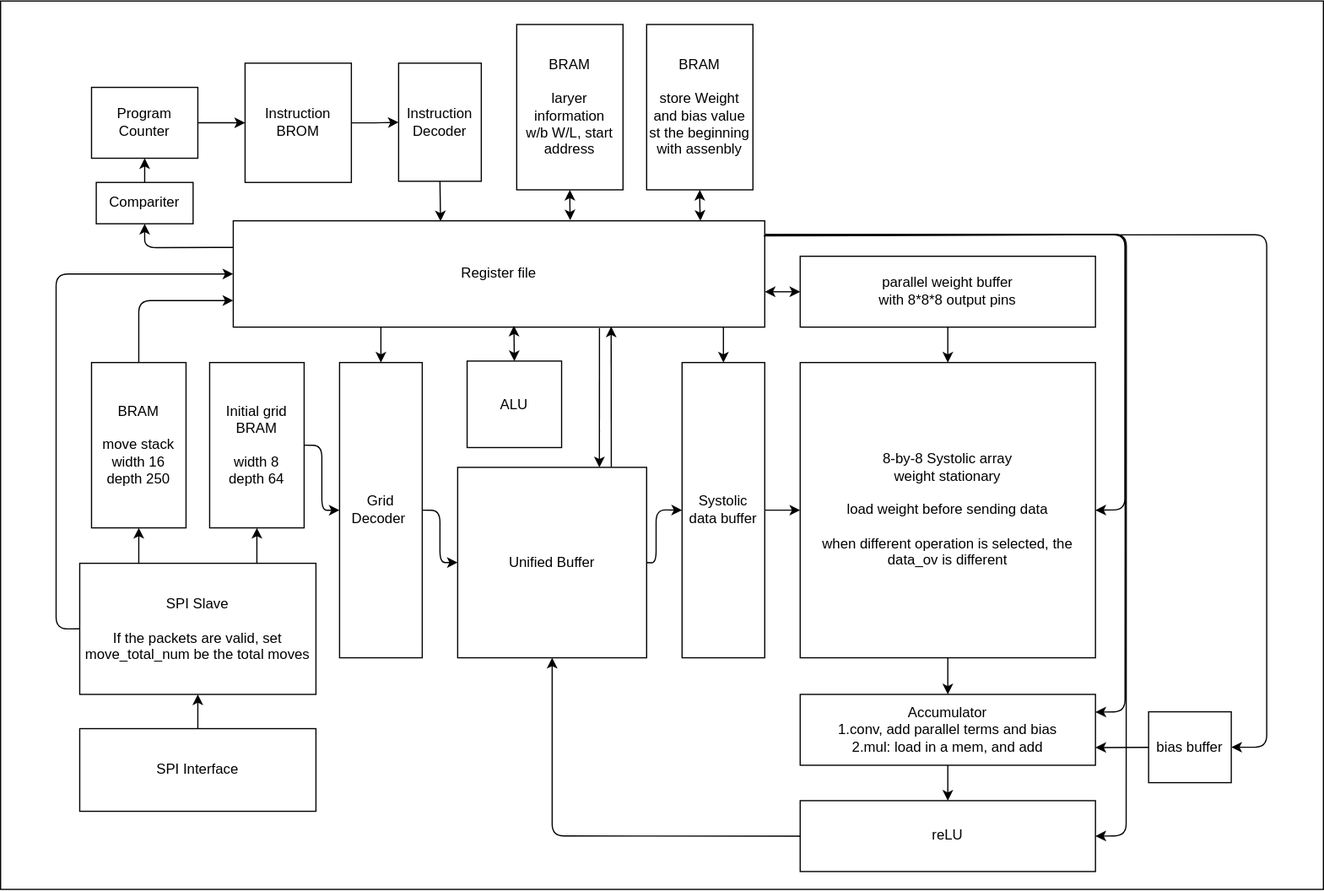
This is whh_tpu_v1/diagram/TPU_v1.drawio.svg from abdullah8a0/one-chan, a draw.io export, as it was before one commit. Source tidied: cells renumbered, new cells last; positions are measured from the earlier drawing's top-left corner, leaving out a move shared by most shapes.
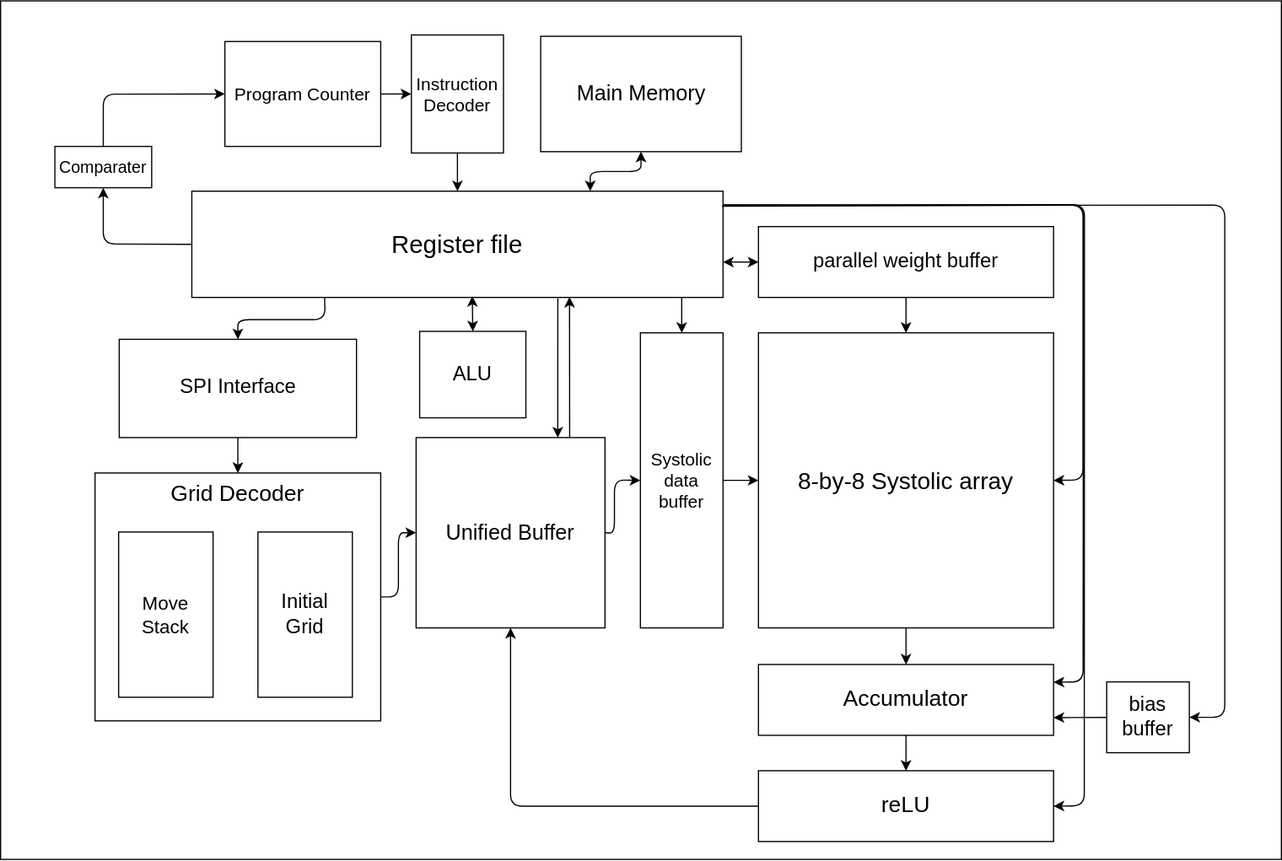
Above is the later version.

What changed in the source:
```diff
@@ -3,12 +3,15 @@
     <mxCell id="0" />
     <mxCell id="1" parent="0" />
     <mxCell id="2" style="rounded=0;whiteSpace=wrap;html=1;" parent="1" vertex="1">
-      <mxGeometry y="0.1" width="1120" height="752.2" as="geometry" />
+      <mxGeometry x="35" y="25" width="1085" height="727.4" as="geometry" />
     </mxCell>
+    <mxCell id="35" value="Grid Decoder" style="rounded=0;whiteSpace=wrap;html=1;fontSize=19;horizontal=1;labelPosition=center;verticalLabelPosition=middle;align=center;verticalAlign=top;" parent="1" vertex="1">
+      <mxGeometry x="115" y="425" width="242" height="210" as="geometry" />
+    </mxCell>
     <mxCell id="3" style="edgeStyle=none;html=1;" parent="1" edge="1" source="4" target="16">
       <mxGeometry relative="1" as="geometry" />
     </mxCell>
-    <mxCell id="4" value="8-by-8 Systolic array&lt;br&gt;weight stationary&lt;br&gt;&lt;br&gt;load weight before sending data&lt;br&gt;&lt;br&gt;when different operation is selected, the data_ov is different" style="rounded=0;whiteSpace=wrap;html=1;" parent="1" vertex="1">
+    <mxCell id="4" value="&lt;font style=&quot;font-size: 20px&quot;&gt;8-by-8 Systolic array&lt;/font&gt;" style="rounded=0;whiteSpace=wrap;html=1;" parent="1" vertex="1">
       <mxGeometry x="677" y="306.2" width="250" height="250" as="geometry" />
     </mxCell>
     <mxCell id="5" style="edgeStyle=none;html=1;" parent="1" edge="1" source="7" target="4">
@@ -22,7 +25,7 @@
         </Array>
       </mxGeometry>
     </mxCell>
-    <mxCell id="7" value="parallel weight buffer&lt;br&gt;with 8*8*8 output pins" style="rounded=0;whiteSpace=wrap;html=1;" parent="1" vertex="1">
+    <mxCell id="7" value="&lt;font style=&quot;font-size: 17px&quot;&gt;parallel weight buffer&lt;/font&gt;" style="rounded=0;whiteSpace=wrap;html=1;" parent="1" vertex="1">
       <mxGeometry x="677" y="216.2" width="250" height="60" as="geometry" />
     </mxCell>
     <mxCell id="8" style="edgeStyle=none;html=1;" parent="1" edge="1" source="10" target="4">
@@ -36,7 +39,7 @@
         </Array>
       </mxGeometry>
     </mxCell>
-    <mxCell id="10" value="Systolic data buffer" style="rounded=0;whiteSpace=wrap;html=1;" parent="1" vertex="1">
+    <mxCell id="10" value="&lt;font style=&quot;font-size: 15px&quot;&gt;Systolic data buffer&lt;/font&gt;" style="rounded=0;whiteSpace=wrap;html=1;" parent="1" vertex="1">
       <mxGeometry x="577" y="306.2" width="70" height="250" as="geometry" />
     </mxCell>
     <mxCell id="11" style="edgeStyle=none;html=1;exitX=1;exitY=0.5;exitDx=0;exitDy=0;entryX=0;entryY=0.5;entryDx=0;entryDy=0;" parent="1" edge="1" source="13" target="10">
@@ -50,49 +53,45 @@
     <mxCell id="12" style="edgeStyle=orthogonalEdgeStyle;html=1;startArrow=classic;startFill=1;endArrow=none;endFill=0;entryX=0.689;entryY=1.008;entryDx=0;entryDy=0;exitX=0.75;exitY=0;exitDx=0;exitDy=0;entryPerimeter=0;" parent="1" edge="1" source="13" target="19">
       <mxGeometry relative="1" as="geometry" />
     </mxCell>
-    <mxCell id="13" value="Unified Buffer" style="rounded=0;whiteSpace=wrap;html=1;" parent="1" vertex="1">
+    <mxCell id="13" value="&lt;font style=&quot;font-size: 18px&quot;&gt;Unified Buffer&lt;/font&gt;" style="rounded=0;whiteSpace=wrap;html=1;" parent="1" vertex="1">
       <mxGeometry x="387" y="395" width="160" height="161.2" as="geometry" />
     </mxCell>
-    <mxCell id="14" value="reLU" style="rounded=0;whiteSpace=wrap;html=1;" parent="1" vertex="1">
+    <mxCell id="14" value="&lt;font style=&quot;font-size: 19px&quot;&gt;reLU&lt;/font&gt;" style="rounded=0;whiteSpace=wrap;html=1;" parent="1" vertex="1">
       <mxGeometry x="677" y="677.2" width="250" height="60" as="geometry" />
     </mxCell>
     <mxCell id="15" style="edgeStyle=none;html=1;" parent="1" edge="1" source="16" target="14">
       <mxGeometry relative="1" as="geometry" />
     </mxCell>
-    <mxCell id="16" value="Accumulator&lt;br&gt;1.conv, add parallel terms and bias&lt;br&gt;2.mul: load in a mem, and add" style="rounded=0;whiteSpace=wrap;html=1;" parent="1" vertex="1">
+    <mxCell id="16" value="&lt;font style=&quot;font-size: 19px&quot;&gt;Accumulator&lt;/font&gt;" style="rounded=0;whiteSpace=wrap;html=1;" parent="1" vertex="1">
       <mxGeometry x="677" y="587.2" width="250" height="60" as="geometry" />
     </mxCell>
     <mxCell id="17" style="endArrow=classic;html=1;exitX=0;exitY=0.5;exitDx=0;exitDy=0;entryX=0.5;entryY=1;entryDx=0;entryDy=0;edgeStyle=orthogonalEdgeStyle;" parent="1" edge="1" source="14" target="13">
       <mxGeometry relative="1" as="geometry" />
     </mxCell>
-    <mxCell id="18" style="edgeStyle=none;html=1;exitX=0;exitY=0.25;exitDx=0;exitDy=0;entryX=0.5;entryY=1;entryDx=0;entryDy=0;" parent="1" edge="1" source="19" target="50">
+    <mxCell id="18" style="edgeStyle=none;html=1;exitX=0;exitY=0.5;exitDx=0;exitDy=0;entryX=0.5;entryY=1;entryDx=0;entryDy=0;" parent="1" edge="1" source="19" target="50">
       <mxGeometry relative="1" as="geometry">
         <Array as="points">
-          <mxPoint x="122" y="209" />
+          <mxPoint x="122" y="231" />
         </Array>
       </mxGeometry>
     </mxCell>
+    <mxCell id="54" style="edgeStyle=none;html=1;exitX=0.25;exitY=1;exitDx=0;exitDy=0;entryX=0.5;entryY=0;entryDx=0;entryDy=0;fontSize=16;startArrow=none;startFill=0;" parent="1" edge="1" source="19" target="39">
+      <mxGeometry relative="1" as="geometry">
+        <Array as="points">
+          <mxPoint x="310" y="295" />
+          <mxPoint x="236" y="295" />
+        </Array>
+      </mxGeometry>
+    </mxCell>
-    <mxCell id="19" value="Register file" style="rounded=0;whiteSpace=wrap;html=1;" parent="1" vertex="1">
+    <mxCell id="19" value="&lt;font style=&quot;font-size: 21px&quot;&gt;Register file&lt;/font&gt;" style="rounded=0;whiteSpace=wrap;html=1;" parent="1" vertex="1">
       <mxGeometry x="197" y="186.2" width="450" height="90" as="geometry" />
     </mxCell>
-    <mxCell id="20" style="edgeStyle=orthogonalEdgeStyle;html=1;exitX=0.5;exitY=1;exitDx=0;exitDy=0;entryX=0.879;entryY=0;entryDx=0;entryDy=0;entryPerimeter=0;startArrow=classic;startFill=1;endArrow=classic;endFill=1;" parent="1" edge="1" source="21" target="19">
+    <mxCell id="20" style="edgeStyle=orthogonalEdgeStyle;html=1;exitX=0.5;exitY=1;exitDx=0;exitDy=0;entryX=0.75;entryY=0;entryDx=0;entryDy=0;startArrow=classic;startFill=1;endArrow=classic;endFill=1;" parent="1" edge="1" source="21" target="19">
       <mxGeometry relative="1" as="geometry" />
     </mxCell>
-    <mxCell id="21" value="BRAM &lt;br&gt;&lt;br&gt;store Weight and bias value st the beginning with assenbly" style="rounded=0;whiteSpace=wrap;html=1;" parent="1" vertex="1">
-      <mxGeometry x="547" y="20" width="90" height="140" as="geometry" />
+    <mxCell id="21" value="Main Memory" style="rounded=0;whiteSpace=wrap;html=1;fontSize=18;" parent="1" vertex="1">
+      <mxGeometry x="492.5" y="55" width="170" height="97.8" as="geometry" />
     </mxCell>
-    <mxCell id="22" style="edgeStyle=orthogonalEdgeStyle;html=1;exitX=0.5;exitY=1;exitDx=0;exitDy=0;entryX=0.634;entryY=-0.006;entryDx=0;entryDy=0;entryPerimeter=0;startArrow=classic;startFill=1;endArrow=classic;endFill=1;" parent="1" edge="1" source="23" target="19">
-      <mxGeometry relative="1" as="geometry" />
-    </mxCell>
-    <mxCell id="23" value="BRAM&lt;br&gt;&lt;br&gt;laryer information&lt;br&gt;w/b W/L, start address" style="rounded=0;whiteSpace=wrap;html=1;" parent="1" vertex="1">
-      <mxGeometry x="437" y="20" width="90" height="140" as="geometry" />
-    </mxCell>
-    <mxCell id="24" style="edgeStyle=orthogonalEdgeStyle;html=1;exitX=0.5;exitY=0;exitDx=0;exitDy=0;entryX=0;entryY=0.75;entryDx=0;entryDy=0;startArrow=none;startFill=0;endArrow=classic;endFill=1;" parent="1" edge="1" source="25" target="19">
-      <mxGeometry relative="1" as="geometry" />
-    </mxCell>
-    <mxCell id="25" value="BRAM&lt;br&gt;&lt;br&gt;move stack&lt;br&gt;width 16&lt;br&gt;depth 250" style="rounded=0;whiteSpace=wrap;html=1;" parent="1" vertex="1">
-      <mxGeometry x="77" y="306.2" width="80" height="140" as="geometry" />
-    </mxCell>
     <mxCell id="26" style="endArrow=classic;html=1;exitX=1.001;exitY=0.131;exitDx=0;exitDy=0;exitPerimeter=0;entryX=1;entryY=0.5;entryDx=0;entryDy=0;" parent="1" edge="1" source="19" target="4">
       <mxGeometry relative="1" as="geometry">
         <Array as="points">
@@ -101,64 +100,30 @@
         </Array>
       </mxGeometry>
     </mxCell>
-    <mxCell id="27" style="edgeStyle=orthogonalEdgeStyle;html=1;startArrow=none;startFill=0;endArrow=classic;endFill=1;" parent="1" edge="1" source="28" target="30">
-      <mxGeometry relative="1" as="geometry" />
-    </mxCell>
+    <mxCell id="55" style="edgeStyle=none;html=1;exitX=1;exitY=0.5;exitDx=0;exitDy=0;entryX=0;entryY=0.5;entryDx=0;entryDy=0;fontSize=16;startArrow=none;startFill=0;" parent="1" edge="1" source="28" target="37">
+      <mxGeometry relative="1" as="geometry" />
+    </mxCell>
-    <mxCell id="28" value="Program Counter" style="rounded=0;whiteSpace=wrap;html=1;" parent="1" vertex="1">
-      <mxGeometry x="77" y="73.2" width="90" height="60" as="geometry" />
+    <mxCell id="28" value="&lt;font style=&quot;font-size: 15px&quot;&gt;Program Counter&lt;/font&gt;" style="rounded=0;whiteSpace=wrap;html=1;" parent="1" vertex="1">
+      <mxGeometry x="225" y="59.4" width="132" height="88.9" as="geometry" />
     </mxCell>
-    <mxCell id="29" style="edgeStyle=orthogonalEdgeStyle;html=1;startArrow=none;startFill=0;endArrow=classic;endFill=1;" parent="1" edge="1" source="30" target="37">
-      <mxGeometry relative="1" as="geometry" />
-    </mxCell>
-    <mxCell id="30" value="Instruction BROM" style="rounded=0;whiteSpace=wrap;html=1;" parent="1" vertex="1">
-      <mxGeometry x="207" y="52.8" width="90" height="101" as="geometry" />
-    </mxCell>
-    <mxCell id="31" style="edgeStyle=orthogonalEdgeStyle;html=1;startArrow=none;startFill=0;endArrow=classic;endFill=1;exitX=1;exitY=0.5;exitDx=0;exitDy=0;" parent="1" edge="1" source="32" target="35">
-      <mxGeometry relative="1" as="geometry" />
-    </mxCell>
-    <mxCell id="32" value="Initial grid&lt;br&gt;BRAM&lt;br&gt;&lt;br&gt;width 8&lt;br&gt;depth 64" style="rounded=0;whiteSpace=wrap;html=1;" parent="1" vertex="1">
-      <mxGeometry x="177" y="306.2" width="80" height="140" as="geometry" />
+    <mxCell id="32" value="Initial&lt;br&gt;Grid" style="rounded=0;whiteSpace=wrap;html=1;fontSize=17;" parent="1" vertex="1">
+      <mxGeometry x="253" y="475" width="80" height="140" as="geometry" />
     </mxCell>
-    <mxCell id="33" style="edgeStyle=none;html=1;exitX=0.5;exitY=0;exitDx=0;exitDy=0;startArrow=classic;startFill=1;endArrow=none;endFill=0;" parent="1" edge="1" source="35">
-      <mxGeometry relative="1" as="geometry">
-        <mxPoint x="322" y="276.2" as="targetPoint" />
-      </mxGeometry>
-    </mxCell>
     <mxCell id="34" style="edgeStyle=orthogonalEdgeStyle;html=1;exitX=1;exitY=0.5;exitDx=0;exitDy=0;entryX=0;entryY=0.5;entryDx=0;entryDy=0;startArrow=none;startFill=0;endArrow=classic;endFill=1;" parent="1" edge="1" source="35" target="13">
       <mxGeometry relative="1" as="geometry" />
     </mxCell>
-    <mxCell id="35" value="Grid Decoder&lt;span style=&quot;color: rgba(0 , 0 , 0 , 0) ; font-family: monospace ; font-size: 0px&quot;&gt;%3CmxGraphModel%3E%3Croot%3E%3CmxCell%20id%3D%220%22%2F%3E%3CmxCell%20id%3D%221%22%20parent%3D%220%22%2F%3E%3CmxCell%20id%3D%222%22%20value%3D%22Initial%20grid%26lt%3Bbr%26gt%3BBRAM%22%20style%3D%22rounded%3D0%3BwhiteSpace%3Dwrap%3Bhtml%3D1%3B%22%20vertex%3D%221%22%20parent%3D%221%22%3E%3CmxGeometry%20x%3D%22370%22%20y%3D%22330%22%20width%3D%22120%22%20height%3D%22130%22%20as%3D%22geometry%22%2F%3E%3C%2FmxCell%3E%3C%2Froot%3E%3C%2FmxGraphModel%3E&lt;/span&gt;" style="rounded=0;whiteSpace=wrap;html=1;" parent="1" vertex="1">
-      <mxGeometry x="287" y="306.2" width="70" height="250" as="geometry" />
-    </mxCell>
-    <mxCell id="36" style="edgeStyle=none;html=1;exitX=0.5;exitY=1;exitDx=0;exitDy=0;entryX=0.39;entryY=0.004;entryDx=0;entryDy=0;entryPerimeter=0;startArrow=none;startFill=0;" parent="1" edge="1" source="37" target="19">
+    <mxCell id="36" style="edgeStyle=none;html=1;exitX=0.5;exitY=1;exitDx=0;exitDy=0;entryX=0.5;entryY=0;entryDx=0;entryDy=0;startArrow=none;startFill=0;" parent="1" edge="1" source="37" target="19">
       <mxGeometry relative="1" as="geometry" />
     </mxCell>
-    <mxCell id="37" value="Instruction Decoder" style="rounded=0;whiteSpace=wrap;html=1;" parent="1" vertex="1">
-      <mxGeometry x="337" y="52.8" width="70" height="100" as="geometry" />
+    <mxCell id="37" value="&lt;font style=&quot;font-size: 15px;&quot;&gt;Instruction Decoder&lt;/font&gt;" style="rounded=0;whiteSpace=wrap;html=1;fontSize=15;" parent="1" vertex="1">
+      <mxGeometry x="383" y="53.9" width="78" height="100" as="geometry" />
     </mxCell>
-    <mxCell id="38" style="edgeStyle=orthogonalEdgeStyle;html=1;exitX=0.5;exitY=0;exitDx=0;exitDy=0;entryX=0.5;entryY=1;entryDx=0;entryDy=0;startArrow=none;startFill=0;endArrow=classic;endFill=1;" parent="1" edge="1" source="39" target="43">
-      <mxGeometry relative="1" as="geometry" />
-    </mxCell>
+    <mxCell id="56" style="edgeStyle=none;html=1;exitX=0.5;exitY=1;exitDx=0;exitDy=0;entryX=0.5;entryY=0;entryDx=0;entryDy=0;fontSize=16;startArrow=none;startFill=0;" parent="1" edge="1" source="39" target="35">
+      <mxGeometry relative="1" as="geometry" />
+    </mxCell>
-    <mxCell id="39" value="SPI Interface" style="rounded=0;whiteSpace=wrap;html=1;" parent="1" vertex="1">
-      <mxGeometry x="67" y="616.2" width="200" height="70" as="geometry" />
+    <mxCell id="39" value="&lt;font style=&quot;font-size: 17px&quot;&gt;SPI Interface&lt;/font&gt;" style="rounded=0;whiteSpace=wrap;html=1;" parent="1" vertex="1">
+      <mxGeometry x="135.5" y="311.8" width="201" height="83.2" as="geometry" />
     </mxCell>
-    <mxCell id="40" style="edgeStyle=orthogonalEdgeStyle;html=1;exitX=0;exitY=0.5;exitDx=0;exitDy=0;startArrow=none;startFill=0;endArrow=classic;endFill=1;entryX=0;entryY=0.5;entryDx=0;entryDy=0;" parent="1" edge="1" source="43" target="19">
-      <mxGeometry relative="1" as="geometry">
-        <Array as="points">
-          <mxPoint x="47" y="532.2" />
-          <mxPoint x="47" y="231.2" />
-        </Array>
-      </mxGeometry>
-    </mxCell>
-    <mxCell id="41" style="edgeStyle=orthogonalEdgeStyle;html=1;exitX=0.25;exitY=0;exitDx=0;exitDy=0;entryX=0.5;entryY=1;entryDx=0;entryDy=0;startArrow=none;startFill=0;endArrow=classic;endFill=1;" parent="1" edge="1" source="43" target="25">
-      <mxGeometry relative="1" as="geometry" />
-    </mxCell>
-    <mxCell id="42" style="edgeStyle=orthogonalEdgeStyle;html=1;exitX=0.75;exitY=0;exitDx=0;exitDy=0;entryX=0.5;entryY=1;entryDx=0;entryDy=0;startArrow=none;startFill=0;endArrow=classic;endFill=1;" parent="1" edge="1" source="43" target="32">
-      <mxGeometry relative="1" as="geometry" />
-    </mxCell>
-    <mxCell id="43" value="SPI Slave&lt;br&gt;&lt;br&gt;If the packets are valid, set move_total_num be the total moves" style="rounded=0;whiteSpace=wrap;html=1;" parent="1" vertex="1">
-      <mxGeometry x="67" y="476.2" width="200" height="111" as="geometry" />
-    </mxCell>
     <mxCell id="44" style="edgeStyle=none;html=1;entryX=1;entryY=0.75;entryDx=0;entryDy=0;" parent="1" edge="1" source="46" target="16">
       <mxGeometry relative="1" as="geometry" />
     </mxCell>
@@ -170,7 +135,7 @@
         </Array>
       </mxGeometry>
     </mxCell>
-    <mxCell id="46" value="bias buffer" style="rounded=0;whiteSpace=wrap;html=1;" parent="1" vertex="1">
+    <mxCell id="46" value="&lt;font style=&quot;font-size: 17px&quot;&gt;bias buffer&lt;/font&gt;" style="rounded=0;whiteSpace=wrap;html=1;" parent="1" vertex="1">
       <mxGeometry x="972" y="602" width="70" height="60" as="geometry" />
     </mxCell>
     <mxCell id="47" style="endArrow=classic;html=1;exitX=0.998;exitY=0.142;exitDx=0;exitDy=0;exitPerimeter=0;entryX=1;entryY=0.25;entryDx=0;entryDy=0;" parent="1" edge="1" source="19" target="16">
@@ -189,20 +154,27 @@
         </Array>
       </mxGeometry>
     </mxCell>
-    <mxCell id="49" style="edgeStyle=none;html=1;exitX=0.5;exitY=0;exitDx=0;exitDy=0;entryX=0.5;entryY=1;entryDx=0;entryDy=0;" parent="1" edge="1" source="50" target="28">
-      <mxGeometry relative="1" as="geometry" />
+    <mxCell id="49" style="edgeStyle=none;html=1;exitX=0.5;exitY=0;exitDx=0;exitDy=0;entryX=0;entryY=0.5;entryDx=0;entryDy=0;" parent="1" edge="1" source="50" target="28">
+      <mxGeometry relative="1" as="geometry">
+        <Array as="points">
+          <mxPoint x="122" y="104" />
+        </Array>
+      </mxGeometry>
     </mxCell>
-    <mxCell id="50" value="Compariter" style="rounded=0;whiteSpace=wrap;html=1;" parent="1" vertex="1">
-      <mxGeometry x="81" y="153.8" width="82" height="35" as="geometry" />
+    <mxCell id="50" value="&lt;font style=&quot;font-size: 14px&quot;&gt;Comparater&lt;/font&gt;" style="rounded=0;whiteSpace=wrap;html=1;" parent="1" vertex="1">
+      <mxGeometry x="81" y="148.3" width="82" height="35" as="geometry" />
     </mxCell>
     <mxCell id="51" style="edgeStyle=none;html=1;exitX=0.5;exitY=0;exitDx=0;exitDy=0;entryX=0.528;entryY=0.987;entryDx=0;entryDy=0;entryPerimeter=0;startArrow=classic;startFill=1;" parent="1" edge="1" source="52" target="19">
       <mxGeometry relative="1" as="geometry" />
     </mxCell>
-    <mxCell id="52" value="ALU" style="rounded=0;whiteSpace=wrap;html=1;" parent="1" vertex="1">
-      <mxGeometry x="395" y="305" width="80" height="73.2" as="geometry" />
+    <mxCell id="52" value="&lt;font style=&quot;font-size: 17px&quot;&gt;ALU&lt;/font&gt;" style="rounded=0;whiteSpace=wrap;html=1;" parent="1" vertex="1">
+      <mxGeometry x="390" y="305" width="90" height="73.2" as="geometry" />
     </mxCell>
     <mxCell id="53" style="endArrow=classic;html=1;exitX=0.813;exitY=-0.002;exitDx=0;exitDy=0;exitPerimeter=0;entryX=0.711;entryY=0.995;entryDx=0;entryDy=0;entryPerimeter=0;" parent="1" edge="1" source="13" target="19">
       <mxGeometry relative="1" as="geometry" />
     </mxCell>
+    <mxCell id="25" value="Move&lt;br style=&quot;font-size: 16px;&quot;&gt;Stack" style="rounded=0;whiteSpace=wrap;html=1;fontSize=16;" parent="1" vertex="1">
+      <mxGeometry x="135" y="475" width="80" height="140" as="geometry" />
+    </mxCell>
   </root>
 </mxGraphModel>
```
